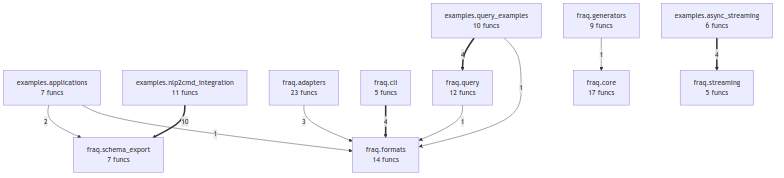
The Mermaid diagram project/compact_flow.png in wronai/fraq, before a commit. Its source is kept beside it as project/compact_flow.mmd. The source it was exported from:
```mermaid
flowchart TD
    examples_applications["examples.applications<br/>7 funcs"]
    examples_async_streaming["examples.async_streaming<br/>6 funcs"]
    examples_nlp2cmd_integration["examples.nlp2cmd_integration<br/>11 funcs"]
    examples_query_examples["examples.query_examples<br/>10 funcs"]
    fraq_adapters["fraq.adapters<br/>23 funcs"]
    fraq_cli["fraq.cli<br/>5 funcs"]
    fraq_core["fraq.core<br/>17 funcs"]
    fraq_formats["fraq.formats<br/>14 funcs"]
    fraq_generators["fraq.generators<br/>9 funcs"]
    fraq_query["fraq.query<br/>12 funcs"]
    fraq_schema_export["fraq.schema_export<br/>7 funcs"]
    fraq_streaming["fraq.streaming<br/>5 funcs"]
    examples_nlp2cmd_integration ==>|10| fraq_schema_export
    fraq_cli ==>|4| fraq_formats
    examples_async_streaming ==>|4| fraq_streaming
    examples_query_examples ==>|4| fraq_query
    fraq_adapters -->|3| fraq_formats
    examples_applications -->|2| fraq_schema_export
    fraq_generators -->|1| fraq_core
    examples_applications -->|1| fraq_formats
    examples_query_examples -->|1| fraq_formats
    fraq_query -->|1| fraq_formats
```
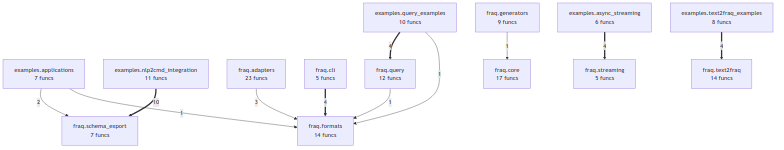
Above is the later version.

What changed in the source:
```diff
@@ -3,6 +3,7 @@
     examples_async_streaming["examples.async_streaming<br/>6 funcs"]
     examples_nlp2cmd_integration["examples.nlp2cmd_integration<br/>11 funcs"]
     examples_query_examples["examples.query_examples<br/>10 funcs"]
+    examples_text2fraq_examples["examples.text2fraq_examples<br/>8 funcs"]
     fraq_adapters["fraq.adapters<br/>23 funcs"]
     fraq_cli["fraq.cli<br/>5 funcs"]
     fraq_core["fraq.core<br/>17 funcs"]
@@ -11,10 +12,12 @@
     fraq_query["fraq.query<br/>12 funcs"]
     fraq_schema_export["fraq.schema_export<br/>7 funcs"]
     fraq_streaming["fraq.streaming<br/>5 funcs"]
+    fraq_text2fraq["fraq.text2fraq<br/>14 funcs"]
     examples_nlp2cmd_integration ==>|10| fraq_schema_export
     fraq_cli ==>|4| fraq_formats
     examples_async_streaming ==>|4| fraq_streaming
     examples_query_examples ==>|4| fraq_query
+    examples_text2fraq_examples ==>|4| fraq_text2fraq
     fraq_adapters -->|3| fraq_formats
     examples_applications -->|2| fraq_schema_export
     fraq_generators -->|1| fraq_core
```
